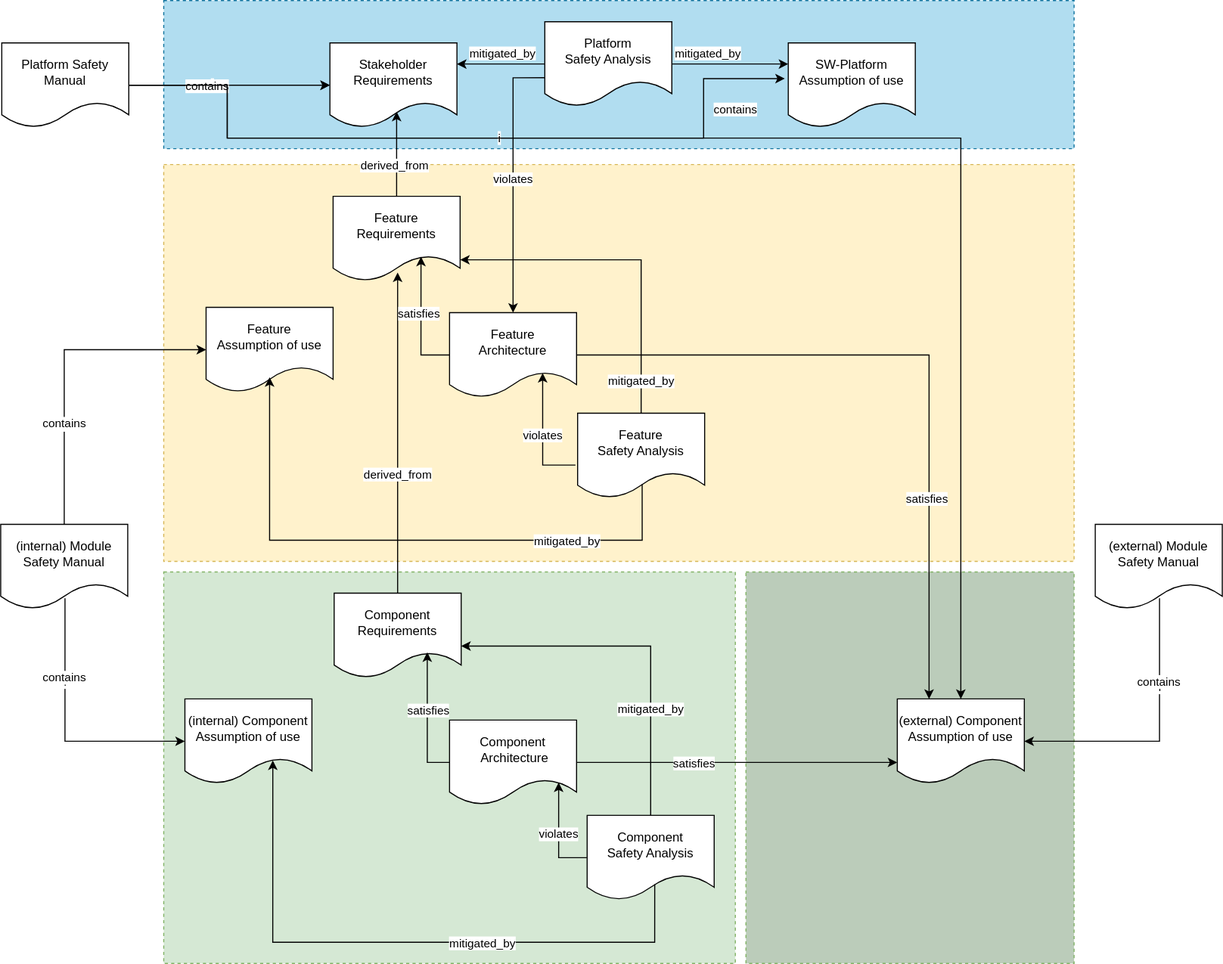
eclipse-score/process_description keeps this draw.io diagram as pr-621/_images/aou_traceability.drawio.svg. Above is the earlier version. Source tidied: cells renumbered, new cells last; positions are measured from the earlier drawing's top-left corner, leaving out a move shared by most shapes.
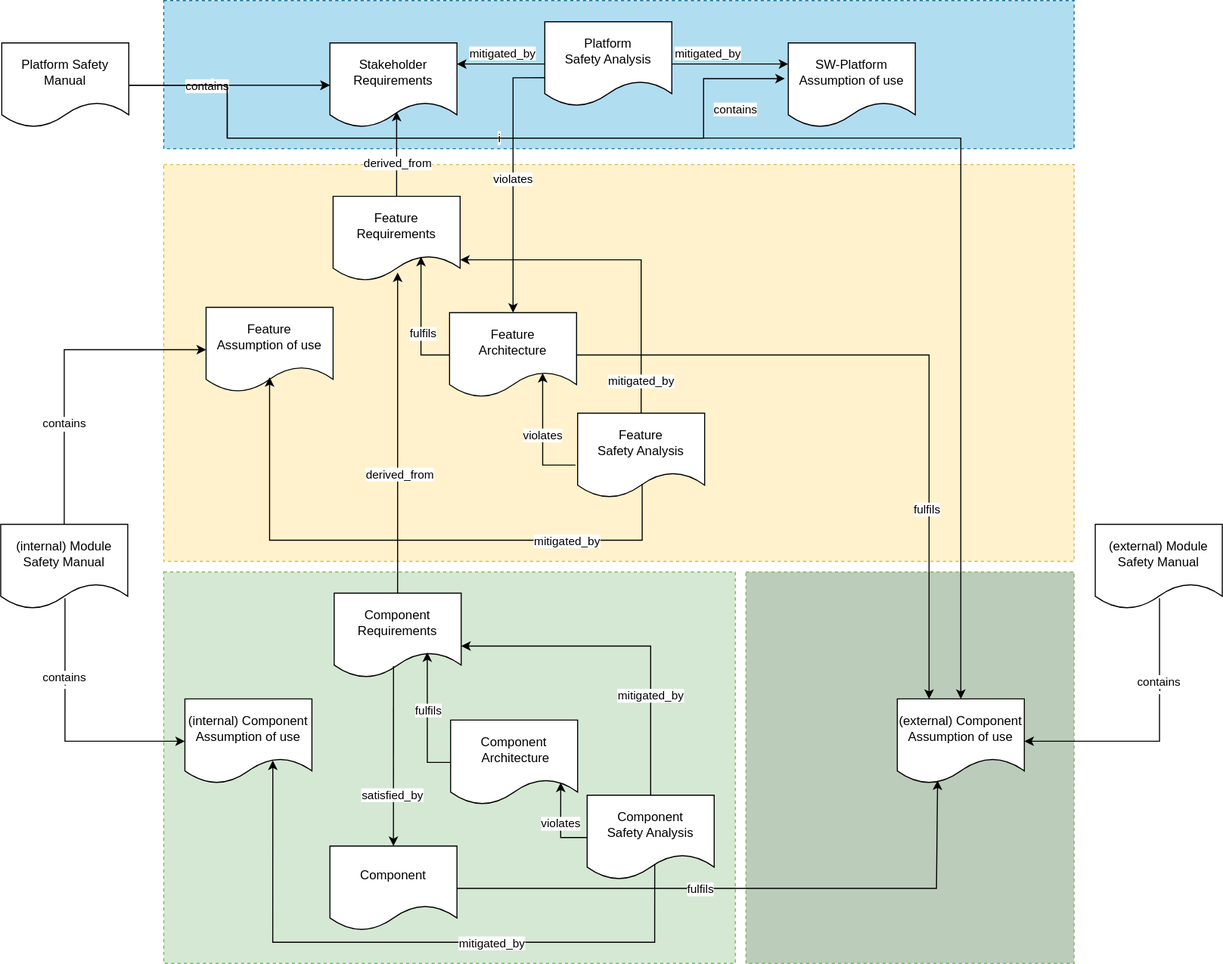
Later version of the same file.

What changed in the source:
```diff
@@ -33,9 +33,7 @@
       <mxGeometry relative="1" as="geometry" />
     </mxCell>
     <mxCell id="10" value="derived_from" style="edgeLabel;html=1;align=center;verticalAlign=middle;" parent="9" vertex="1">
-      <mxGeometry x="-0.19" relative="1" as="geometry">
-        <mxPoint x="-3" y="2" as="offset" />
-      </mxGeometry>
+      <mxGeometry x="-0.19" relative="1" as="geometry" />
     </mxCell>
     <mxCell id="11" value="Feature Requirements" style="shape=document;whiteSpace=wrap;html=1;boundedLbl=1;" parent="1" vertex="1">
       <mxGeometry x="314" y="185" width="120" height="80" as="geometry" />
@@ -44,9 +42,7 @@
       <mxGeometry relative="1" as="geometry" />
     </mxCell>
     <mxCell id="13" value="derived_from" style="edgeLabel;html=1;align=center;verticalAlign=middle;" parent="12" vertex="1">
-      <mxGeometry x="-0.25" y="-2" relative="1" as="geometry">
-        <mxPoint x="-2" as="offset" />
-      </mxGeometry>
+      <mxGeometry x="-0.25" y="-2" relative="1" as="geometry" />
     </mxCell>
     <mxCell id="14" value="mitigated_by" style="edgeStyle=orthogonalEdgeStyle;rounded=0;jettySize=auto;html=1;entryX=0.5;entryY=0;entryDx=0;entryDy=0;exitX=1;exitY=0.625;exitDx=0;exitDy=0;exitPerimeter=0;startArrow=classic;startFill=1;endArrow=none;endFill=0;" parent="1" edge="1" source="15" target="23">
       <mxGeometry x="0.41" relative="1" as="geometry">
@@ -61,30 +57,32 @@
     <mxCell id="16" style="edgeStyle=orthogonalEdgeStyle;rounded=0;jettySize=auto;html=1;entryX=0.733;entryY=0.7;entryDx=0;entryDy=0;entryPerimeter=0;exitX=0;exitY=0.5;exitDx=0;exitDy=0;" parent="1" edge="1" source="18" target="15">
       <mxGeometry relative="1" as="geometry" />
     </mxCell>
-    <mxCell id="17" value="satisfies" style="edgeLabel;html=1;align=center;verticalAlign=middle;" parent="16" vertex="1">
+    <mxCell id="17" value="fulfils" style="edgeLabel;html=1;align=center;verticalAlign=middle;" parent="16" vertex="1">
       <mxGeometry x="-0.05" relative="1" as="geometry">
         <mxPoint x="1" y="-12" as="offset" />
       </mxGeometry>
     </mxCell>
     <mxCell id="18" value="Component&lt;br&gt;&amp;nbsp;Architecture" style="shape=document;whiteSpace=wrap;html=1;boundedLbl=1;" parent="1" vertex="1">
-      <mxGeometry x="424" y="680" width="120" height="80" as="geometry" />
+      <mxGeometry x="425" y="680" width="120" height="80" as="geometry" />
     </mxCell>
     <mxCell id="19" style="edgeStyle=orthogonalEdgeStyle;rounded=0;jettySize=auto;html=1;entryX=0.692;entryY=0.713;entryDx=0;entryDy=0;entryPerimeter=0;exitX=0;exitY=0.5;exitDx=0;exitDy=0;" parent="1" edge="1" source="26" target="11">
       <mxGeometry relative="1" as="geometry" />
     </mxCell>
-    <mxCell id="20" value="satisfies" style="edgeLabel;html=1;align=center;verticalAlign=middle;" parent="19" vertex="1">
-      <mxGeometry x="-0.21" y="-1" relative="1" as="geometry">
-        <mxPoint x="-4" y="-19" as="offset" />
-      </mxGeometry>
+    <mxCell id="20" value="fulfils" style="edgeLabel;html=1;align=center;verticalAlign=middle;" parent="19" vertex="1">
+      <mxGeometry x="-0.21" y="-1" relative="1" as="geometry" />
     </mxCell>
     <mxCell id="21" value="(internal) Module Safety Manual" style="shape=document;whiteSpace=wrap;html=1;boundedLbl=1;" parent="1" vertex="1">
       <mxGeometry y="495" width="120" height="80" as="geometry" />
     </mxCell>
-    <mxCell id="22" value="violates" style="edgeStyle=orthogonalEdgeStyle;rounded=0;jettySize=auto;html=1;entryX=0.859;entryY=0.737;entryDx=0;entryDy=0;entryPerimeter=0;" parent="1" edge="1" source="23" target="18">
-      <mxGeometry relative="1" as="geometry" />
+    <mxCell id="22" value="violates" style="edgeStyle=orthogonalEdgeStyle;rounded=0;jettySize=auto;html=1;entryX=0.867;entryY=0.738;entryDx=0;entryDy=0;entryPerimeter=0;" parent="1" edge="1" source="23" target="18">
+      <mxGeometry relative="1" as="geometry">
+        <Array as="points">
+          <mxPoint x="529" y="791" />
+        </Array>
+      </mxGeometry>
     </mxCell>
     <mxCell id="23" value="Component&lt;br&gt;Safety Analysis" style="shape=document;whiteSpace=wrap;html=1;boundedLbl=1;" parent="1" vertex="1">
-      <mxGeometry x="554" y="770" width="120" height="80" as="geometry" />
+      <mxGeometry x="554" y="751" width="120" height="80" as="geometry" />
     </mxCell>
     <mxCell id="24" style="edgeStyle=orthogonalEdgeStyle;rounded=0;jettySize=auto;html=1;exitX=0.692;exitY=0.727;exitDx=0;exitDy=0;exitPerimeter=0;entryX=0.532;entryY=0.815;entryDx=0;entryDy=0;entryPerimeter=0;startArrow=classic;startFill=1;endArrow=none;endFill=0;" parent="1" edge="1" source="7" target="23">
       <mxGeometry relative="1" as="geometry">
@@ -181,15 +179,14 @@
     <mxCell id="44" value="(external) Module Safety Manual" style="shape=document;whiteSpace=wrap;html=1;boundedLbl=1;" parent="1" vertex="1">
       <mxGeometry x="1034" y="495" width="120" height="80" as="geometry" />
     </mxCell>
-    <mxCell id="45" style="edgeStyle=orthogonalEdgeStyle;rounded=0;jettySize=auto;html=1;entryX=0;entryY=0.75;entryDx=0;entryDy=0;exitX=1;exitY=0.5;exitDx=0;exitDy=0;" parent="1" edge="1" source="18" target="43">
+    <mxCell id="45" style="edgeStyle=orthogonalEdgeStyle;rounded=0;jettySize=auto;html=1;entryX=0.317;entryY=0.963;entryDx=0;entryDy=0;exitX=1;exitY=0.5;exitDx=0;exitDy=0;entryPerimeter=0;" parent="1" edge="1" source="56" target="43">
       <mxGeometry relative="1" as="geometry">
         <Array as="points">
-          <mxPoint x="804" y="720" />
-          <mxPoint x="804" y="720" />
+          <mxPoint x="884" y="839" />
         </Array>
       </mxGeometry>
     </mxCell>
-    <mxCell id="46" value="satisfies" style="edgeLabel;html=1;align=center;verticalAlign=middle;" parent="45" vertex="1">
+    <mxCell id="46" value="fulfils" style="edgeLabel;html=1;align=center;verticalAlign=middle;" parent="45" vertex="1">
       <mxGeometry x="-0.05" relative="1" as="geometry">
         <mxPoint x="-34" as="offset" />
       </mxGeometry>
@@ -197,9 +194,9 @@
     <mxCell id="47" style="edgeStyle=orthogonalEdgeStyle;rounded=0;jettySize=auto;html=1;entryX=0.25;entryY=0;entryDx=0;entryDy=0;exitX=1;exitY=0.5;exitDx=0;exitDy=0;" parent="1" edge="1" source="26" target="43">
       <mxGeometry relative="1" as="geometry" />
     </mxCell>
-    <mxCell id="48" value="satisfies" style="edgeLabel;html=1;align=center;verticalAlign=middle;" parent="47" vertex="1">
+    <mxCell id="48" value="fulfils" style="edgeLabel;html=1;align=center;verticalAlign=middle;" parent="47" vertex="1">
       <mxGeometry x="-0.05" relative="1" as="geometry">
-        <mxPoint x="18" y="135" as="offset" />
+        <mxPoint x="18" y="145" as="offset" />
       </mxGeometry>
     </mxCell>
     <mxCell id="49" value="i" style="edgeStyle=orthogonalEdgeStyle;rounded=0;jettySize=auto;html=1;endArrow=none;endFill=0;startArrow=classic;startFill=1;exitX=0.5;exitY=0;exitDx=0;exitDy=0;entryX=1;entryY=0.5;entryDx=0;entryDy=0;" parent="1" edge="1" source="43" target="33">
@@ -246,5 +243,16 @@
     <mxCell id="55" value="violates" style="edgeStyle=orthogonalEdgeStyle;rounded=0;jettySize=auto;html=1;entryX=0.5;entryY=0;entryDx=0;entryDy=0;exitX=0.003;exitY=0.662;exitDx=0;exitDy=0;exitPerimeter=0;" parent="1" edge="1" source="52" target="26">
       <mxGeometry relative="1" as="geometry" />
     </mxCell>
+    <mxCell id="56" value="Component" style="shape=document;whiteSpace=wrap;html=1;boundedLbl=1;" parent="1" vertex="1">
+      <mxGeometry x="311" y="799" width="120" height="80" as="geometry" />
+    </mxCell>
+    <mxCell id="57" style="edgeStyle=orthogonalEdgeStyle;rounded=0;jettySize=auto;html=1;entryX=0.5;entryY=0;entryDx=0;entryDy=0;exitX=0.467;exitY=0.863;exitDx=0;exitDy=0;exitPerimeter=0;" parent="1" edge="1" source="15" target="56">
+      <mxGeometry relative="1" as="geometry" />
+    </mxCell>
+    <mxCell id="58" value="satisfied_by" style="edgeLabel;html=1;align=center;verticalAlign=middle;" parent="57" vertex="1">
+      <mxGeometry x="-0.25" y="-2" relative="1" as="geometry">
+        <mxPoint y="58" as="offset" />
+      </mxGeometry>
+    </mxCell>
   </root>
 </mxGraphModel>
```
